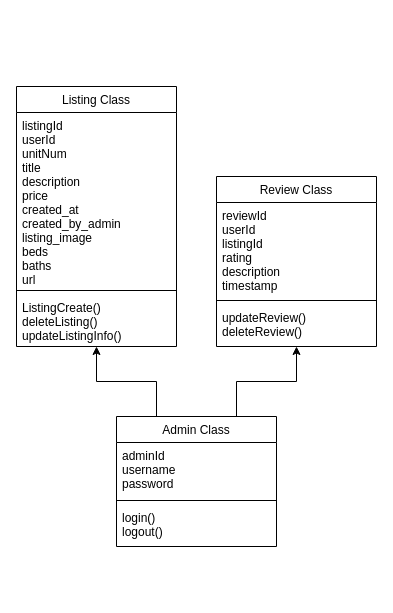
Above: Admin_Class.drawio in WluNest/Diagrams-and-Charts (draw.io), before the change. Source tidied: cells renumbered, new cells numbered last; positions are measured from the earlier drawing's top-left corner, leaving out a move shared by most shapes. Both pictures are drawn from the tidied source at 100%, with x=0, y=0 at pixel (16, 86).
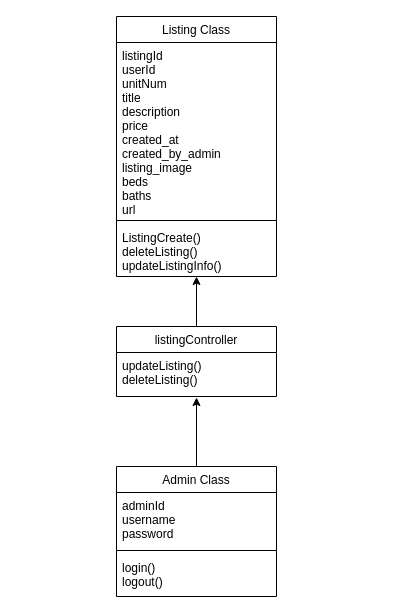
The same diagram, later.

Change to the diagram source:
```diff
@@
 <mxGraphModel>
   <root>
     <mxCell id="0" />
     <mxCell id="1" parent="0" />
-    <mxCell id="2" style="edgeStyle=orthogonalEdgeStyle;rounded=0;jettySize=auto;html=1;exitX=0.75;exitY=0;exitDx=0;exitDy=0;entryX=0.5;entryY=1;entryDx=0;entryDy=0;" parent="1" edge="1" source="4" target="12">
-      <mxGeometry relative="1" as="geometry" />
-    </mxCell>
-    <mxCell id="3" style="edgeStyle=orthogonalEdgeStyle;rounded=0;jettySize=auto;html=1;exitX=0.25;exitY=0;exitDx=0;exitDy=0;entryX=0.5;entryY=1;entryDx=0;entryDy=0;" parent="1" edge="1" source="4" target="8">
-      <mxGeometry relative="1" as="geometry" />
-    </mxCell>
     <mxCell id="4" value="Admin Class" style="swimlane;fontStyle=0;align=center;verticalAlign=top;horizontal=1;startSize=26;rounded=0;shadow=0;strokeWidth=1;" parent="1" vertex="1">
-      <mxGeometry x="100" y="330" width="160" height="130" as="geometry" />
+      <mxGeometry x="100" y="380" width="160" height="130" as="geometry" />
     </mxCell>
     <mxCell id="5" value="adminId&#10;username&#10;password" style="text;align=left;verticalAlign=top;spacingLeft=4;spacingRight=4;overflow=hidden;" parent="4" vertex="1">
       <mxGeometry y="26" width="160" height="54" as="geometry" />
     </mxCell>
     <mxCell id="6" style="line;html=1;strokeWidth=1;align=left;verticalAlign=middle;spacingTop=-1;spacingLeft=3;spacingRight=3;labelPosition=right;" parent="4" vertex="1">
       <mxGeometry y="80" width="160" height="8" as="geometry" />
     </mxCell>
     <mxCell id="7" value="login()&#10;logout()" style="text;align=left;verticalAlign=top;spacingLeft=4;spacingRight=4;overflow=hidden;fontStyle=0;" parent="4" vertex="1">
       <mxGeometry y="88" width="160" height="32" as="geometry" />
     </mxCell>
     <mxCell id="8" value="Listing Class" style="swimlane;fontStyle=0;align=center;verticalAlign=top;horizontal=1;startSize=26;rounded=0;shadow=0;strokeWidth=1;" parent="1" vertex="1">
-      <mxGeometry width="160" height="260" as="geometry" />
+      <mxGeometry x="100" y="-70" width="160" height="260" as="geometry" />
     </mxCell>
     <mxCell id="9" value="listingId&#10;userId&#10;unitNum&#10;title&#10;description&#10;price&#10;created_at&#10;created_by_admin&#10;listing_image&#10;beds&#10;baths&#10;url" style="text;align=left;verticalAlign=top;spacingLeft=4;spacingRight=4;overflow=hidden;" parent="8" vertex="1">
       <mxGeometry y="26" width="160" height="174" as="geometry" />
     </mxCell>
     <mxCell id="10" style="line;html=1;strokeWidth=1;align=left;verticalAlign=middle;spacingTop=-1;spacingLeft=3;spacingRight=3;labelPosition=right;" parent="8" vertex="1">
       <mxGeometry y="200" width="160" height="8" as="geometry" />
     </mxCell>
     <mxCell id="11" value="ListingCreate()&#10;deleteListing()&#10;updateListingInfo()" style="text;align=left;verticalAlign=top;spacingLeft=4;spacingRight=4;overflow=hidden;points=[[0,0.5],[1,0.5]];portConstraint=eastwest;fontStyle=0;" parent="8" vertex="1">
       <mxGeometry y="208" width="160" height="52" as="geometry" />
     </mxCell>
-    <mxCell id="12" value="Review Class" style="swimlane;fontStyle=0;align=center;verticalAlign=top;horizontal=1;startSize=26;rounded=0;shadow=0;strokeWidth=1;" parent="1" vertex="1">
-      <mxGeometry x="200" y="90" width="160" height="170" as="geometry" />
-    </mxCell>
-    <mxCell id="13" value="reviewId&#10;userId&#10;listingId&#10;rating&#10;description&#10;timestamp" style="text;align=left;verticalAlign=top;spacingLeft=4;spacingRight=4;overflow=hidden;" parent="12" vertex="1">
-      <mxGeometry y="26" width="160" height="94" as="geometry" />
-    </mxCell>
-    <mxCell id="14" style="line;html=1;strokeWidth=1;align=left;verticalAlign=middle;spacingTop=-1;spacingLeft=3;spacingRight=3;labelPosition=right;" parent="12" vertex="1">
-      <mxGeometry y="120" width="160" height="8" as="geometry" />
-    </mxCell>
-    <mxCell id="15" value="updateReview()&#10;deleteReview()" style="text;align=left;verticalAlign=top;spacingLeft=4;spacingRight=4;overflow=hidden;fontStyle=0;" parent="12" vertex="1">
-      <mxGeometry y="128" width="160" height="42" as="geometry" />
-    </mxCell>
+    <mxCell id="16" value="listingController" style="swimlane;fontStyle=0;align=center;verticalAlign=top;horizontal=1;startSize=26;rounded=0;shadow=0;strokeWidth=1;" parent="1" vertex="1">
+      <mxGeometry x="100" y="240" width="160" height="70" as="geometry" />
+    </mxCell>
+    <mxCell id="17" value="updateListing()&#10;deleteListing()" style="text;align=left;verticalAlign=top;spacingLeft=4;spacingRight=4;overflow=hidden;points=[[0,0.5],[1,0.5]];portConstraint=eastwest;" parent="16" vertex="1">
+      <mxGeometry y="26" width="160" height="44" as="geometry" />
+    </mxCell>
+    <mxCell id="18" style="edgeStyle=orthogonalEdgeStyle;rounded=0;jettySize=auto;html=1;entryX=0.5;entryY=1;entryDx=0;entryDy=0;entryPerimeter=0;" parent="1" edge="1" source="16" target="11">
+      <mxGeometry relative="1" as="geometry" />
+    </mxCell>
+    <mxCell id="19" style="edgeStyle=orthogonalEdgeStyle;rounded=0;jettySize=auto;html=1;entryX=0.5;entryY=1.023;entryDx=0;entryDy=0;entryPerimeter=0;" parent="1" edge="1" source="4" target="17">
+      <mxGeometry relative="1" as="geometry" />
+    </mxCell>
   </root>
 </mxGraphModel>
```
